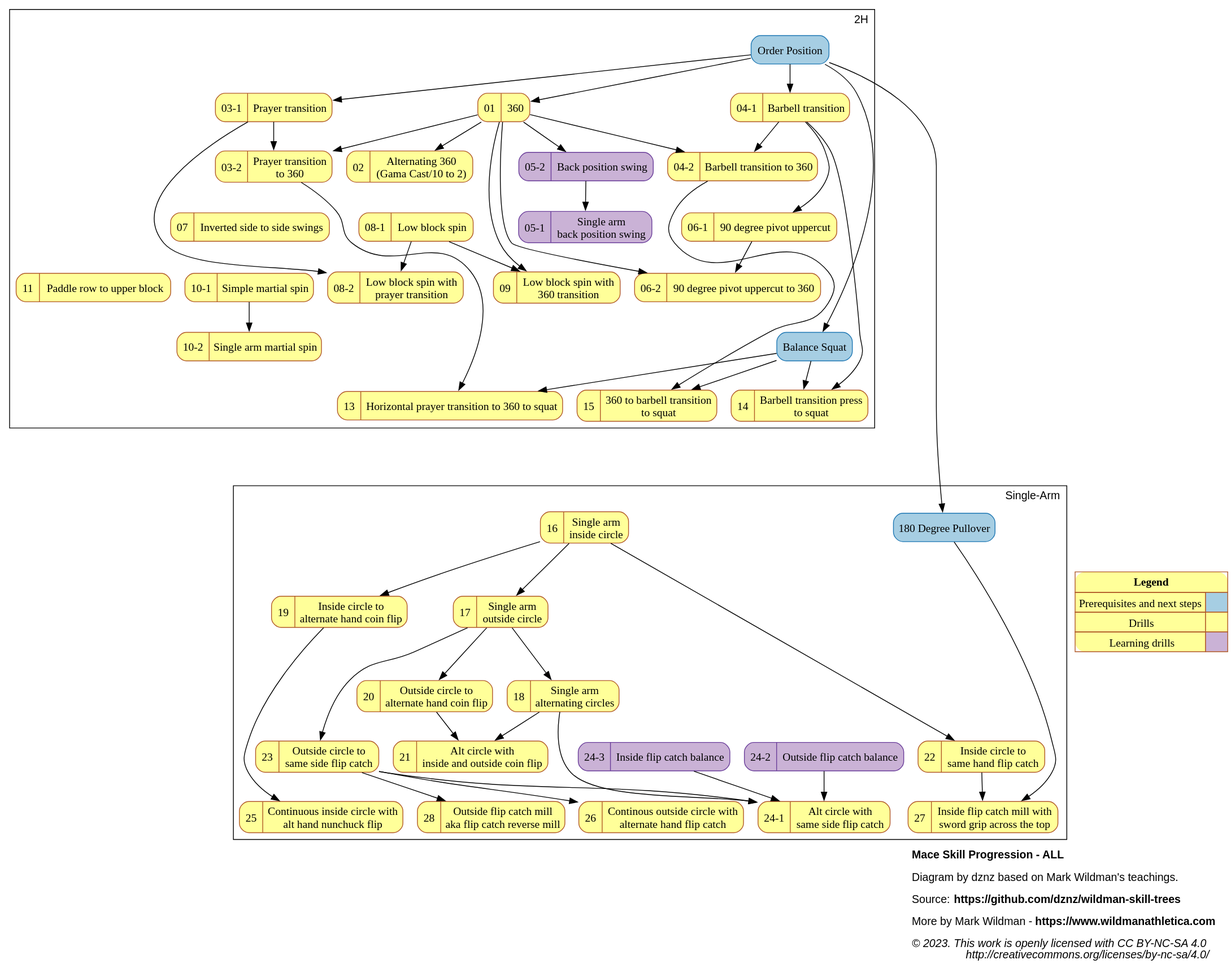
dznz/wildman-skill-trees keeps this PlantUML diagram as dist/mace_progression_ALL.svg. Above is the earlier version. Its source is kept beside it as src/mace/mace_progression_ALL.puml.
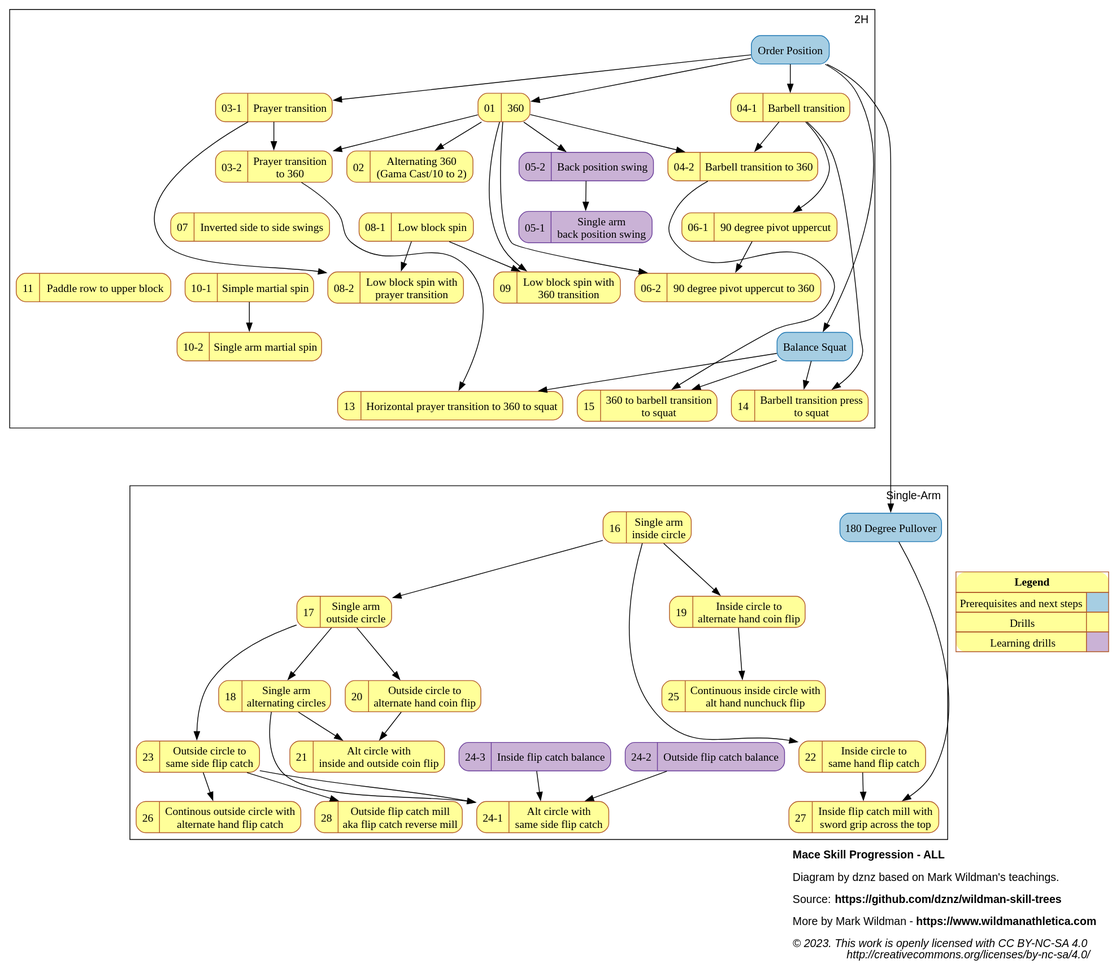
After the change.

Commit message:
refactor(mace_progression): rank hacking

What changed in the source:
```diff
@@ -113,7 +113,7 @@
     {rank=same; ext_180pull; mov_16_saincircle}
     {rank=same; mov_17_saoutcircle; mov_19_incircle2altcoin}
     {rank=same; mov_21_altcirclewinandoutcoin; mov_22_incircle2sameflip; mov_23_outcircle2sameflip}
-    {rank=same; mov_241_altcircle2sameflip; mov_25_cincirclewaltnunchuck}
+    {rank=same; mov_242_outflip; mov_23_outcircle2sameflip}
   }
 
 
```
